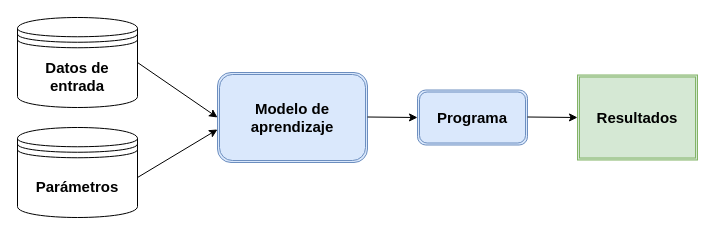
This is Diagrama sin título.drawio from deoache/ML_UdeA, a draw.io file, before an edit. Source tidied: cells renumbered, new cells numbered last; positions are measured from the earlier drawing's top-left corner, leaving out a move shared by most shapes. Both pictures are drawn from the tidied source at 100%, with x=0, y=0 at pixel (17, 17).
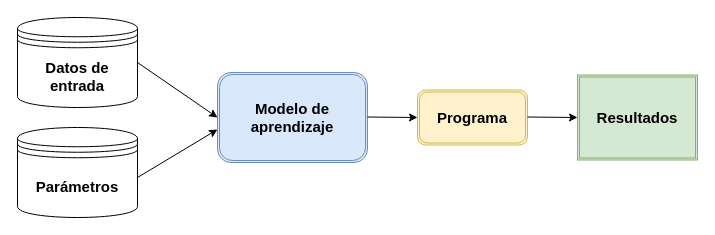
Above is the later version.

The edit, as a diff of the source:
```diff
@@
 <mxGraphModel>
   <root>
     <mxCell id="0" />
     <mxCell id="1" parent="0" />
     <mxCell id="2" style="endArrow=classic;html=1;rounded=0;fontSize=15;exitX=1;exitY=0.5;exitDx=0;exitDy=0;" parent="1" edge="1" source="6">
       <mxGeometry relative="1" as="geometry">
         <mxPoint x="200" y="100" as="targetPoint" />
       </mxGeometry>
     </mxCell>
     <mxCell id="3" value="&lt;b&gt;Modelo de aprendizaje&lt;/b&gt;" style="shape=ext;double=1;rounded=1;whiteSpace=wrap;html=1;fontSize=15;fillColor=#dae8fc;strokeColor=#6c8ebf;" parent="1" vertex="1">
       <mxGeometry x="200" y="55" width="150" height="90" as="geometry" />
     </mxCell>
     <mxCell id="4" style="endArrow=classic;html=1;rounded=0;fontSize=15;" parent="1" edge="1">
       <mxGeometry relative="1" as="geometry">
         <mxPoint x="350" y="99.5" as="sourcePoint" />
         <mxPoint x="400" y="100" as="targetPoint" />
       </mxGeometry>
     </mxCell>
     <mxCell id="5" value="&lt;b&gt;Resultados&lt;/b&gt;" style="shape=ext;double=1;rounded=0;whiteSpace=wrap;html=1;fontSize=15;fillColor=#d5e8d4;strokeColor=#82b366;" parent="1" vertex="1">
       <mxGeometry x="560" y="57.5" width="120" height="85" as="geometry" />
     </mxCell>
     <mxCell id="6" value="&lt;b&gt;&lt;font style=&quot;font-size: 15px;&quot;&gt;Datos de entrada&lt;/font&gt;&lt;/b&gt;" style="shape=datastore;whiteSpace=wrap;html=1;" parent="1" vertex="1">
       <mxGeometry width="120" height="90" as="geometry" />
     </mxCell>
     <mxCell id="7" value="&lt;b&gt;&lt;font style=&quot;font-size: 15px;&quot;&gt;Parámetros&lt;/font&gt;&lt;/b&gt;" style="shape=datastore;whiteSpace=wrap;html=1;" parent="1" vertex="1">
       <mxGeometry y="110" width="120" height="90" as="geometry" />
     </mxCell>
     <mxCell id="8" style="endArrow=classic;html=1;rounded=0;fontSize=15;exitX=1;exitY=0.5;exitDx=0;exitDy=0;entryX=0;entryY=0.633;entryDx=0;entryDy=0;entryPerimeter=0;" parent="1" edge="1" target="3">
       <mxGeometry relative="1" as="geometry">
         <mxPoint x="120" y="160" as="sourcePoint" />
       </mxGeometry>
     </mxCell>
-    <mxCell id="9" value="&lt;b&gt;Programa&lt;/b&gt;" style="shape=ext;double=1;rounded=1;whiteSpace=wrap;html=1;fontSize=15;fillColor=#dae8fc;strokeColor=#6c8ebf;" parent="1" vertex="1">
+    <mxCell id="9" value="&lt;b&gt;Programa&lt;/b&gt;" style="shape=ext;double=1;rounded=1;whiteSpace=wrap;html=1;fontSize=15;fillColor=#fff2cc;strokeColor=#d6b656;" parent="1" vertex="1">
       <mxGeometry x="400" y="72.5" width="110" height="55" as="geometry" />
     </mxCell>
     <mxCell id="10" style="endArrow=classic;html=1;rounded=0;fontSize=15;" parent="1" edge="1">
       <mxGeometry relative="1" as="geometry">
         <mxPoint x="510" y="99.5" as="sourcePoint" />
         <mxPoint x="560" y="100" as="targetPoint" />
       </mxGeometry>
     </mxCell>
   </root>
 </mxGraphModel>
```
